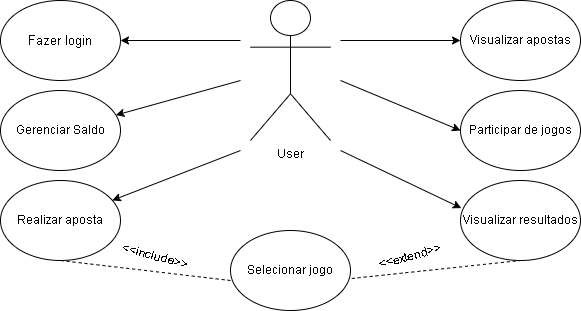
This is casosusojgdados.drawio.png from clarinhalinda0/dicegame, a draw.io export, as it was before one commit. Source tidied: cells renumbered, new cells last; positions are measured from the earlier drawing's top-left corner, leaving out a move shared by most shapes. Source of this version:
```xml
<mxGraphModel>
  <root>
    <mxCell id="0" />
    <mxCell id="1" parent="0" />
    <mxCell id="2" value="User" style="shape=umlActor;verticalLabelPosition=bottom;verticalAlign=top;html=1;" parent="1" vertex="1">
      <mxGeometry x="250" width="80" height="140" as="geometry" />
    </mxCell>
    <mxCell id="3" value="&lt;font style=&quot;font-size: 13px;&quot;&gt;Fazer login&lt;/font&gt;" style="ellipse;whiteSpace=wrap;html=1;" parent="1" vertex="1">
      <mxGeometry width="120" height="80" as="geometry" />
    </mxCell>
    <mxCell id="4" style="endArrow=classic;html=1;rounded=0;" parent="1" edge="1" target="3">
      <mxGeometry relative="1" as="geometry">
        <mxPoint x="240" y="40" as="sourcePoint" />
      </mxGeometry>
    </mxCell>
    <mxCell id="5" value="Gerenciar Saldo" style="ellipse;whiteSpace=wrap;html=1;" parent="1" vertex="1">
      <mxGeometry y="90" width="120" height="80" as="geometry" />
    </mxCell>
    <mxCell id="6" value="Realizar aposta" style="ellipse;whiteSpace=wrap;html=1;" parent="1" vertex="1">
      <mxGeometry y="180" width="120" height="80" as="geometry" />
    </mxCell>
    <mxCell id="7" style="endArrow=classic;html=1;rounded=0;" parent="1" edge="1" target="5">
      <mxGeometry relative="1" as="geometry">
        <mxPoint x="240" y="80" as="sourcePoint" />
      </mxGeometry>
    </mxCell>
    <mxCell id="8" style="endArrow=classic;html=1;rounded=0;" parent="1" edge="1" target="6">
      <mxGeometry relative="1" as="geometry">
        <mxPoint x="240" y="150" as="sourcePoint" />
      </mxGeometry>
    </mxCell>
    <mxCell id="9" value="Visualizar apostas" style="ellipse;whiteSpace=wrap;html=1;" parent="1" vertex="1">
      <mxGeometry x="460" width="120" height="80" as="geometry" />
    </mxCell>
    <mxCell id="10" value="Visualizar resultados" style="ellipse;whiteSpace=wrap;html=1;" parent="1" vertex="1">
      <mxGeometry x="460" y="180" width="120" height="80" as="geometry" />
    </mxCell>
    <mxCell id="11" value="Participar de jogos" style="ellipse;whiteSpace=wrap;html=1;" parent="1" vertex="1">
      <mxGeometry x="460" y="90" width="120" height="80" as="geometry" />
    </mxCell>
    <mxCell id="12" style="endArrow=classic;html=1;rounded=0;entryX=0;entryY=0.5;entryDx=0;entryDy=0;" parent="1" edge="1" target="9">
      <mxGeometry relative="1" as="geometry">
        <mxPoint x="340" y="40" as="sourcePoint" />
      </mxGeometry>
    </mxCell>
    <mxCell id="13" style="endArrow=classic;html=1;rounded=0;entryX=0;entryY=0.5;entryDx=0;entryDy=0;" parent="1" edge="1" target="11">
      <mxGeometry relative="1" as="geometry">
        <mxPoint x="340" y="80" as="sourcePoint" />
      </mxGeometry>
    </mxCell>
    <mxCell id="14" style="endArrow=classic;html=1;rounded=0;entryX=0.007;entryY=0.345;entryDx=0;entryDy=0;entryPerimeter=0;" parent="1" edge="1" target="10">
      <mxGeometry relative="1" as="geometry">
        <mxPoint x="340" y="150" as="sourcePoint" />
      </mxGeometry>
    </mxCell>
    <mxCell id="15" value="Selecionar jogo" style="ellipse;whiteSpace=wrap;html=1;" parent="1" vertex="1">
      <mxGeometry x="230" y="230" width="120" height="80" as="geometry" />
    </mxCell>
    <mxCell id="16" value="&amp;lt;&amp;lt;include&amp;gt;&amp;gt;" style="text;html=1;whiteSpace=wrap;strokeColor=none;fillColor=none;align=center;verticalAlign=middle;rounded=0;rotation=15;" parent="1" vertex="1">
      <mxGeometry x="119.8" y="241.3" width="70" height="30" as="geometry" />
    </mxCell>
    <mxCell id="17" value="&amp;lt;&amp;lt;extend&amp;gt;&amp;gt;" style="text;html=1;whiteSpace=wrap;strokeColor=none;fillColor=none;align=center;verticalAlign=middle;rounded=0;rotation=-15;" parent="1" vertex="1">
      <mxGeometry x="380" y="241.3" width="60" height="30" as="geometry" />
    </mxCell>
    <mxCell id="18" style="endArrow=none;dashed=1;html=1;rounded=0;entryX=0.5;entryY=1;entryDx=0;entryDy=0;exitX=0;exitY=0.625;exitDx=0;exitDy=0;exitPerimeter=0;" parent="1" edge="1" source="15" target="6">
      <mxGeometry relative="1" as="geometry" />
    </mxCell>
    <mxCell id="19" style="endArrow=none;dashed=1;html=1;rounded=0;exitX=1.01;exitY=0.6;exitDx=0;exitDy=0;exitPerimeter=0;entryX=0.5;entryY=1;entryDx=0;entryDy=0;" parent="1" edge="1" source="15" target="10">
      <mxGeometry relative="1" as="geometry" />
    </mxCell>
  </root>
</mxGraphModel>
```
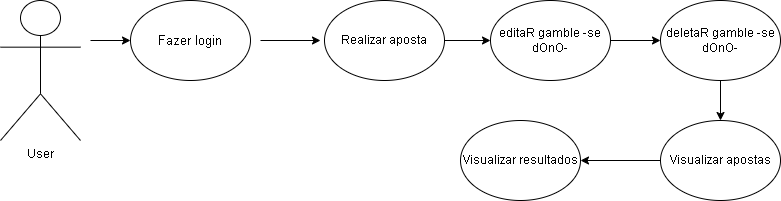
After the commit.

Diff of the diagram source:
```diff
@@ -3,70 +3,48 @@
     <mxCell id="0" />
     <mxCell id="1" parent="0" />
     <mxCell id="2" value="User" style="shape=umlActor;verticalLabelPosition=bottom;verticalAlign=top;html=1;" parent="1" vertex="1">
-      <mxGeometry x="250" width="80" height="140" as="geometry" />
+      <mxGeometry x="-80" y="10" width="80" height="140" as="geometry" />
     </mxCell>
     <mxCell id="3" value="&lt;font style=&quot;font-size: 13px;&quot;&gt;Fazer login&lt;/font&gt;" style="ellipse;whiteSpace=wrap;html=1;" parent="1" vertex="1">
-      <mxGeometry width="120" height="80" as="geometry" />
+      <mxGeometry x="50" y="10" width="120" height="80" as="geometry" />
     </mxCell>
     <mxCell id="4" style="endArrow=classic;html=1;rounded=0;" parent="1" edge="1" target="3">
       <mxGeometry relative="1" as="geometry">
-        <mxPoint x="240" y="40" as="sourcePoint" />
+        <mxPoint x="10" y="50" as="sourcePoint" />
       </mxGeometry>
     </mxCell>
-    <mxCell id="5" value="Gerenciar Saldo" style="ellipse;whiteSpace=wrap;html=1;" parent="1" vertex="1">
-      <mxGeometry y="90" width="120" height="80" as="geometry" />
-    </mxCell>
     <mxCell id="6" value="Realizar aposta" style="ellipse;whiteSpace=wrap;html=1;" parent="1" vertex="1">
-      <mxGeometry y="180" width="120" height="80" as="geometry" />
+      <mxGeometry x="244" y="10" width="120" height="80" as="geometry" />
     </mxCell>
-    <mxCell id="7" style="endArrow=classic;html=1;rounded=0;" parent="1" edge="1" target="5">
+    <mxCell id="7" style="endArrow=classic;html=1;rounded=0;" parent="1" edge="1">
       <mxGeometry relative="1" as="geometry">
-        <mxPoint x="240" y="80" as="sourcePoint" />
+        <mxPoint x="180" y="50" as="sourcePoint" />
+        <mxPoint x="240" y="50" as="targetPoint" />
       </mxGeometry>
     </mxCell>
-    <mxCell id="8" style="endArrow=classic;html=1;rounded=0;" parent="1" edge="1" target="6">
-      <mxGeometry relative="1" as="geometry">
-        <mxPoint x="240" y="150" as="sourcePoint" />
-      </mxGeometry>
+    <mxCell id="8" style="endArrow=classic;html=1;rounded=0;exitX=1;exitY=0.5;exitDx=0;exitDy=0;entryX=0;entryY=0.5;entryDx=0;entryDy=0;" parent="1" edge="1" source="6" target="20">
+      <mxGeometry relative="1" as="geometry" />
     </mxCell>
     <mxCell id="9" value="Visualizar apostas" style="ellipse;whiteSpace=wrap;html=1;" parent="1" vertex="1">
-      <mxGeometry x="460" width="120" height="80" as="geometry" />
+      <mxGeometry x="580" y="130" width="120" height="80" as="geometry" />
     </mxCell>
     <mxCell id="10" value="Visualizar resultados" style="ellipse;whiteSpace=wrap;html=1;" parent="1" vertex="1">
-      <mxGeometry x="460" y="180" width="120" height="80" as="geometry" />
+      <mxGeometry x="380" y="130" width="120" height="80" as="geometry" />
     </mxCell>
-    <mxCell id="11" value="Participar de jogos" style="ellipse;whiteSpace=wrap;html=1;" parent="1" vertex="1">
-      <mxGeometry x="460" y="90" width="120" height="80" as="geometry" />
-    </mxCell>
-    <mxCell id="12" style="endArrow=classic;html=1;rounded=0;entryX=0;entryY=0.5;entryDx=0;entryDy=0;" parent="1" edge="1" target="9">
-      <mxGeometry relative="1" as="geometry">
-        <mxPoint x="340" y="40" as="sourcePoint" />
-      </mxGeometry>
+    <mxCell id="12" style="endArrow=classic;html=1;rounded=0;entryX=0;entryY=0.5;entryDx=0;entryDy=0;exitX=1;exitY=0.5;exitDx=0;exitDy=0;" parent="1" edge="1" source="20" target="21">
+      <mxGeometry relative="1" as="geometry" />
     </mxCell>
-    <mxCell id="13" style="endArrow=classic;html=1;rounded=0;entryX=0;entryY=0.5;entryDx=0;entryDy=0;" parent="1" edge="1" target="11">
-      <mxGeometry relative="1" as="geometry">
-        <mxPoint x="340" y="80" as="sourcePoint" />
-      </mxGeometry>
-    </mxCell>
-    <mxCell id="14" style="endArrow=classic;html=1;rounded=0;entryX=0.007;entryY=0.345;entryDx=0;entryDy=0;entryPerimeter=0;" parent="1" edge="1" target="10">
-      <mxGeometry relative="1" as="geometry">
-        <mxPoint x="340" y="150" as="sourcePoint" />
-      </mxGeometry>
+    <mxCell id="14" style="endArrow=classic;html=1;rounded=0;entryX=1;entryY=0.5;entryDx=0;entryDy=0;exitX=0;exitY=0.5;exitDx=0;exitDy=0;" parent="1" edge="1" source="9" target="10">
+      <mxGeometry relative="1" as="geometry" />
     </mxCell>
-    <mxCell id="15" value="Selecionar jogo" style="ellipse;whiteSpace=wrap;html=1;" parent="1" vertex="1">
-      <mxGeometry x="230" y="230" width="120" height="80" as="geometry" />
-    </mxCell>
-    <mxCell id="16" value="&amp;lt;&amp;lt;include&amp;gt;&amp;gt;" style="text;html=1;whiteSpace=wrap;strokeColor=none;fillColor=none;align=center;verticalAlign=middle;rounded=0;rotation=15;" parent="1" vertex="1">
-      <mxGeometry x="119.8" y="241.3" width="70" height="30" as="geometry" />
-    </mxCell>
-    <mxCell id="17" value="&amp;lt;&amp;lt;extend&amp;gt;&amp;gt;" style="text;html=1;whiteSpace=wrap;strokeColor=none;fillColor=none;align=center;verticalAlign=middle;rounded=0;rotation=-15;" parent="1" vertex="1">
-      <mxGeometry x="380" y="241.3" width="60" height="30" as="geometry" />
-    </mxCell>
-    <mxCell id="18" style="endArrow=none;dashed=1;html=1;rounded=0;entryX=0.5;entryY=1;entryDx=0;entryDy=0;exitX=0;exitY=0.625;exitDx=0;exitDy=0;exitPerimeter=0;" parent="1" edge="1" source="15" target="6">
-      <mxGeometry relative="1" as="geometry" />
-    </mxCell>
-    <mxCell id="19" style="endArrow=none;dashed=1;html=1;rounded=0;exitX=1.01;exitY=0.6;exitDx=0;exitDy=0;exitPerimeter=0;entryX=0.5;entryY=1;entryDx=0;entryDy=0;" parent="1" edge="1" source="15" target="10">
-      <mxGeometry relative="1" as="geometry" />
-    </mxCell>
+    <mxCell id="20" value="editaR gamble -se dOnO-" style="ellipse;whiteSpace=wrap;html=1;" parent="1" vertex="1">
+      <mxGeometry x="410" y="10" width="120" height="80" as="geometry" />
+    </mxCell>
+    <mxCell id="21" value="deletaR gamble -se dOnO-" style="ellipse;whiteSpace=wrap;html=1;" parent="1" vertex="1">
+      <mxGeometry x="580" y="10" width="120" height="80" as="geometry" />
+    </mxCell>
+    <mxCell id="22" style="endArrow=classic;html=1;rounded=0;exitX=0.5;exitY=1;exitDx=0;exitDy=0;entryX=0.5;entryY=0;entryDx=0;entryDy=0;" parent="1" edge="1" source="21" target="9">
+      <mxGeometry relative="1" as="geometry" />
+    </mxCell>
   </root>
 </mxGraphModel>
```
